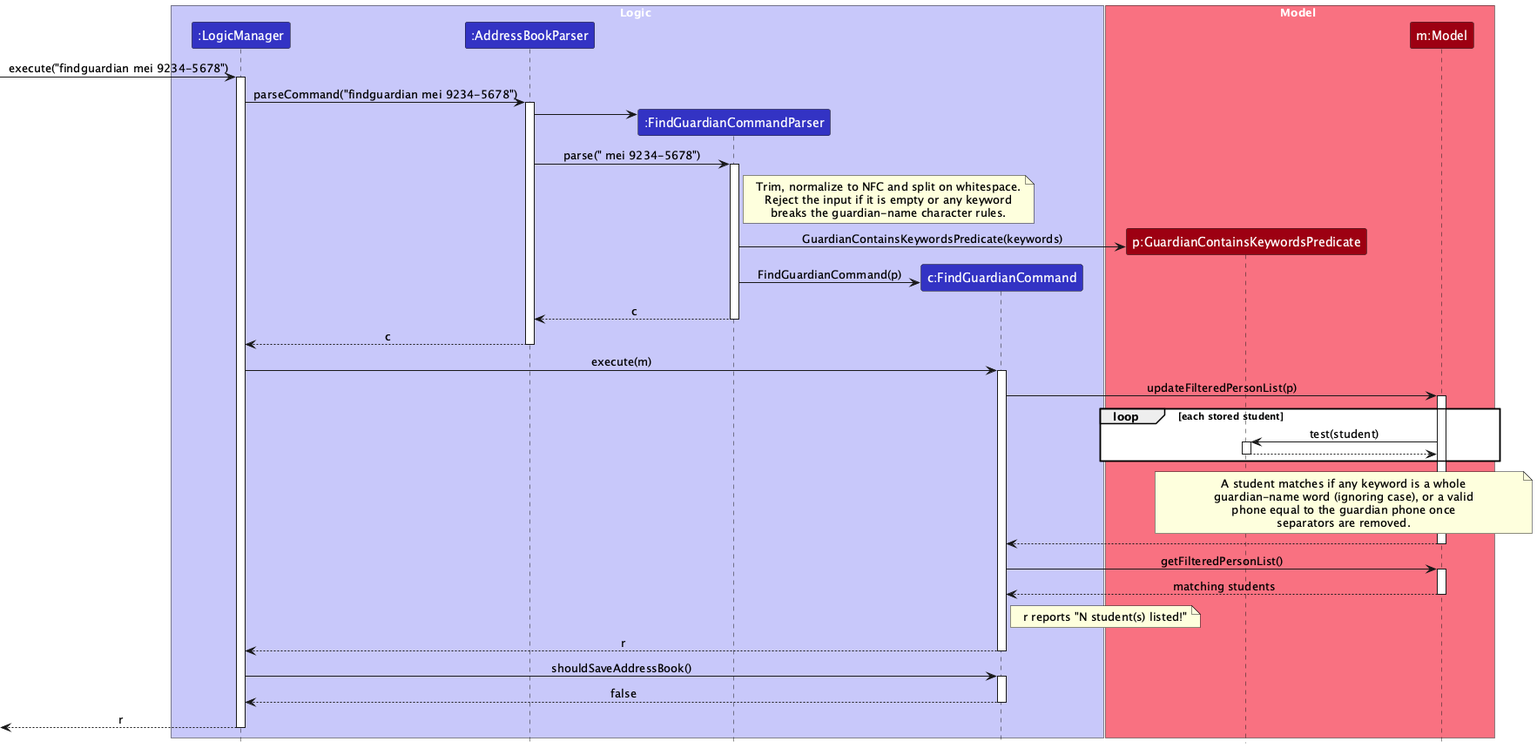
Earlier version of the PlantUML export docs/images/FindGuardianSequenceDiagram.png (AY2627S1-CS2103T-F09-2a/tp). The source it was exported from:
```plantuml
@startuml
!include style.puml
skinparam ArrowFontStyle plain

box Logic LOGIC_COLOR_T1
participant ":LogicManager" as Logic LOGIC_COLOR
participant ":AddressBookParser" as Parser LOGIC_COLOR
participant ":FindGuardianCommandParser" as FindGuardianParser LOGIC_COLOR
participant "c:FindGuardianCommand" as FindGuardian LOGIC_COLOR
end box

box Model MODEL_COLOR_T1
participant "p:GuardianContainsKeywordsPredicate" as Predicate MODEL_COLOR
participant "m:Model" as Model MODEL_COLOR
end box

[-> Logic : execute("findguardian mei 9234-5678")
activate Logic
Logic -> Parser : parseCommand("findguardian mei 9234-5678")
activate Parser
create FindGuardianParser
Parser -> FindGuardianParser
Parser -> FindGuardianParser : parse(" mei 9234-5678")
activate FindGuardianParser
note right of FindGuardianParser
Trim, normalize to NFC and split on whitespace.
Reject the input if it is empty or any keyword
breaks the guardian-name character rules.
end note
create Predicate
FindGuardianParser -> Predicate : GuardianContainsKeywordsPredicate(keywords)
create FindGuardian
FindGuardianParser -> FindGuardian : FindGuardianCommand(p)
FindGuardianParser --> Parser : c
deactivate FindGuardianParser
Parser --> Logic : c
deactivate Parser

Logic -> FindGuardian : execute(m)
activate FindGuardian
FindGuardian -> Model : updateFilteredPersonList(p)
activate Model

loop each stored student
    Model -> Predicate : test(student)
    activate Predicate
    Predicate --> Model
    deactivate Predicate
end
note over Predicate, Model
A student matches if any keyword is a whole
guardian-name word (ignoring case), or a valid
phone equal to the guardian phone once
separators are removed.
end note

Model --> FindGuardian
deactivate Model
FindGuardian -> Model : getFilteredPersonList()
activate Model
Model --> FindGuardian : matching students
deactivate Model
note right of FindGuardian
r reports "N student(s) listed!"
end note
FindGuardian --> Logic : r
deactivate FindGuardian

Logic -> FindGuardian : shouldSaveAddressBook()
activate FindGuardian
FindGuardian --> Logic : false
deactivate FindGuardian

[<-- Logic : r
deactivate Logic
@enduml
```
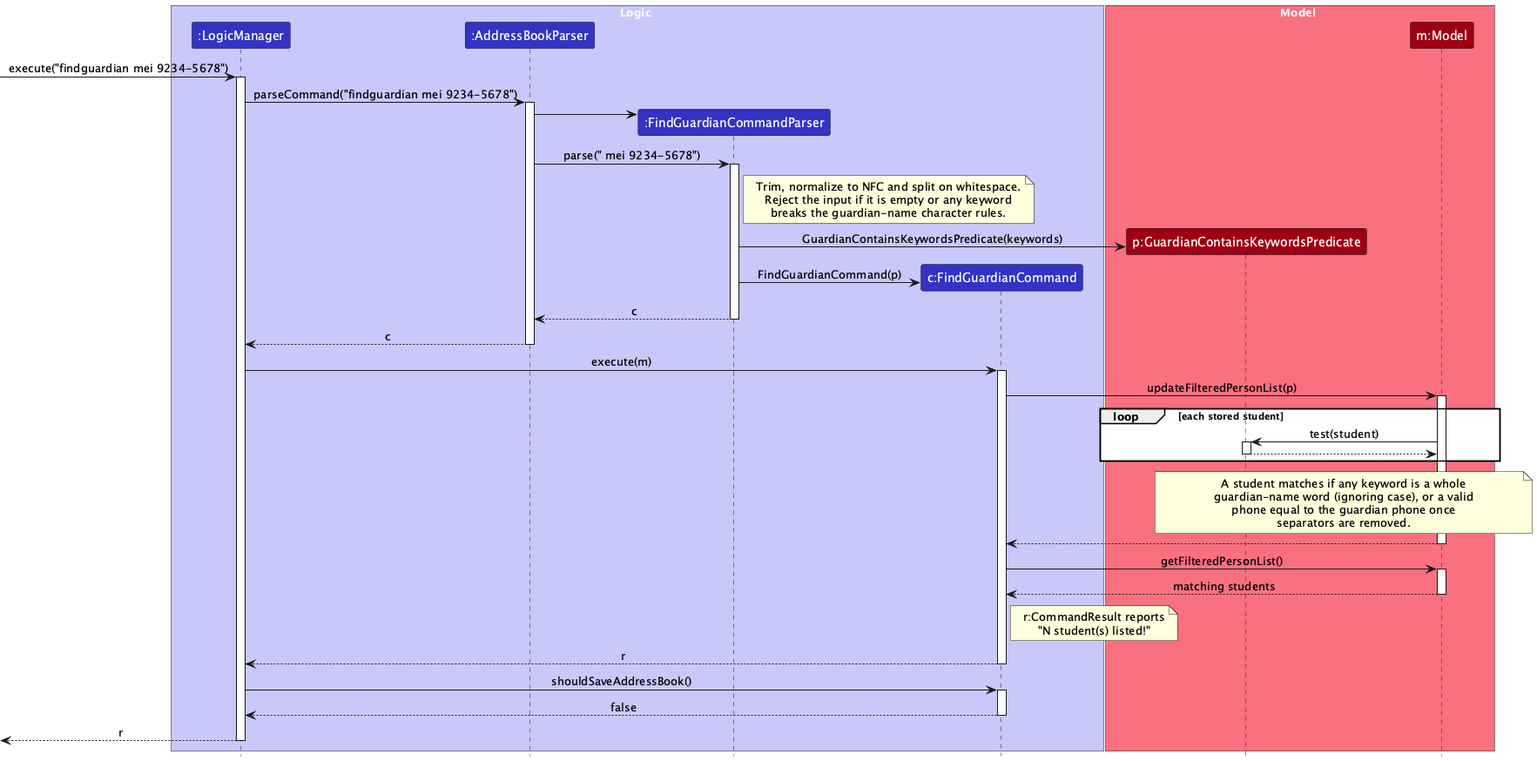
Above is the later version.

Commit message:
Clarify guardian search diagram and keyword rules from review

Label r as the CommandResult in the sequence diagram, and list the
characters a findguardian keyword may contain so readers can see why
phone keywords such as 9234-5678 pass validation.

Diff of the diagram source:
```diff
@@ -61,7 +61,8 @@
 Model --> FindGuardian : matching students
 deactivate Model
 note right of FindGuardian
-r reports "N student(s) listed!"
+r:CommandResult reports
+"N student(s) listed!"
 end note
 FindGuardian --> Logic : r
 deactivate FindGuardian
```
